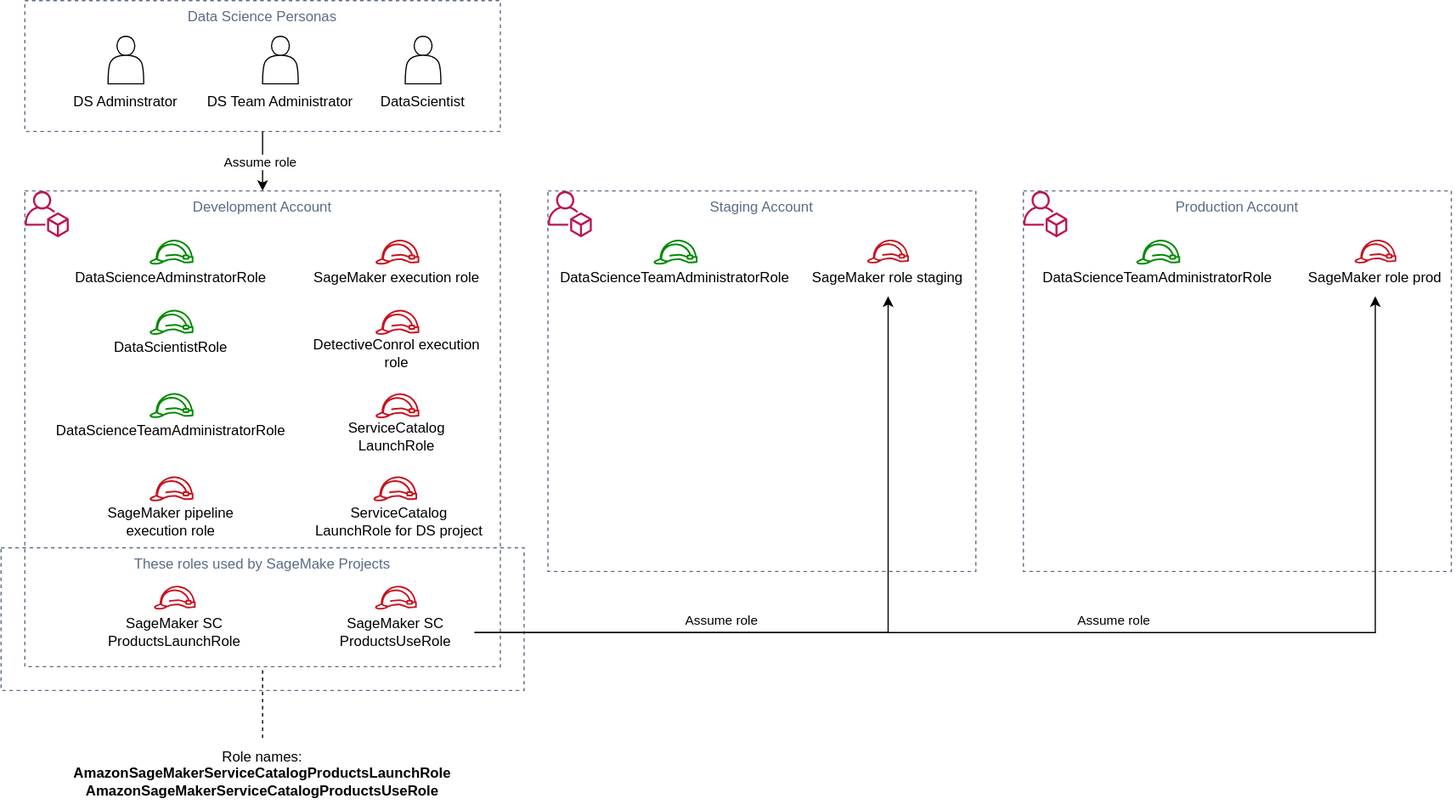
Before: design/ml-ops-iam.drawio.svg, a diagram exported from draw.io (aws-samples/amazon-sagemaker-secure-mlops). Source tidied: cells renumbered, new cells last; positions are measured from the earlier drawing's top-left corner, leaving out a move shared by most shapes.
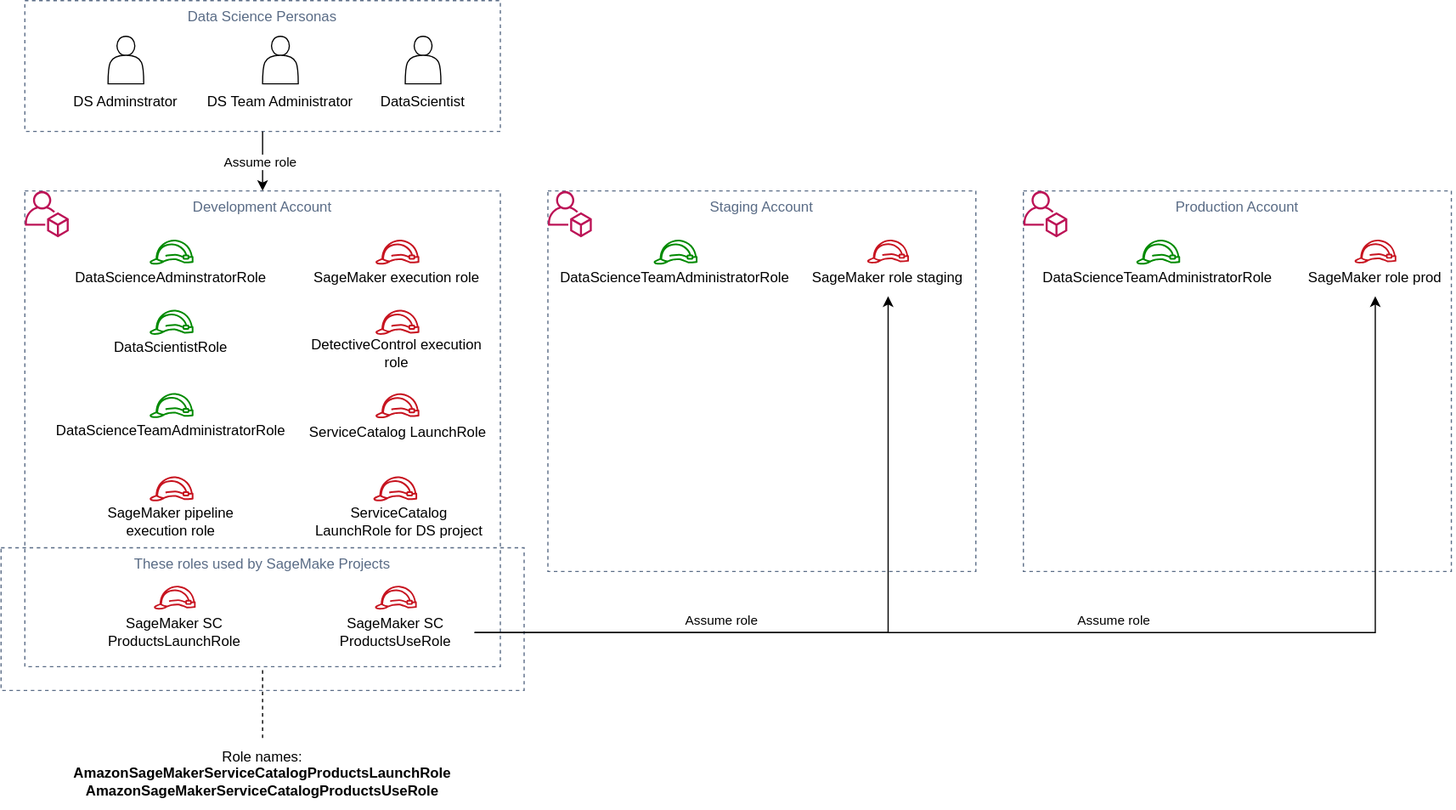
The same file after the commit.

Change to the diagram source:
```diff
@@ -32,7 +32,7 @@
     <mxCell id="11" style="group;align=center;" parent="1" vertex="1">
       <mxGeometry x="270" y="260" width="150" height="57.2" as="geometry" />
     </mxCell>
-    <mxCell id="12" value="DetectiveConrol execution role" style="text;html=1;strokeColor=none;fillColor=none;align=center;verticalAlign=middle;whiteSpace=wrap;rounded=0;" parent="11" vertex="1">
+    <mxCell id="12" value="DetectiveControl execution role" style="text;html=1;strokeColor=none;fillColor=none;align=center;verticalAlign=middle;whiteSpace=wrap;rounded=0;" parent="11" vertex="1">
       <mxGeometry x="-11.6" y="21" width="150" height="31.2" as="geometry" />
     </mxCell>
     <mxCell id="13" style="fontColor=#232F3E;gradientColor=none;fillColor=#C7131F;strokeColor=none;dashed=0;verticalLabelPosition=bottom;verticalAlign=top;align=center;html=1;fontSize=12;fontStyle=0;shape=mxgraph.aws4.role;" parent="11" vertex="1">
@@ -144,7 +144,7 @@
       <mxGeometry x="44.8" width="37.2" height="21" as="geometry" />
     </mxCell>
     <mxCell id="49" value="ServiceCatalog LaunchRole" style="text;html=1;strokeColor=none;fillColor=none;align=center;verticalAlign=middle;whiteSpace=wrap;rounded=0;" parent="1" vertex="1">
-      <mxGeometry x="258.4" y="351.2" width="150" height="31.2" as="geometry" />
+      <mxGeometry x="252.6" y="347.2" width="161.6" height="31.2" as="geometry" />
     </mxCell>
     <mxCell id="50" style="fontColor=#232F3E;gradientColor=none;fillColor=#C7131F;strokeColor=none;dashed=0;verticalLabelPosition=bottom;verticalAlign=top;align=center;html=1;fontSize=12;fontStyle=0;shape=mxgraph.aws4.role;" parent="1" vertex="1">
       <mxGeometry x="314.8" y="330.2" width="37.2" height="21" as="geometry" />
```
